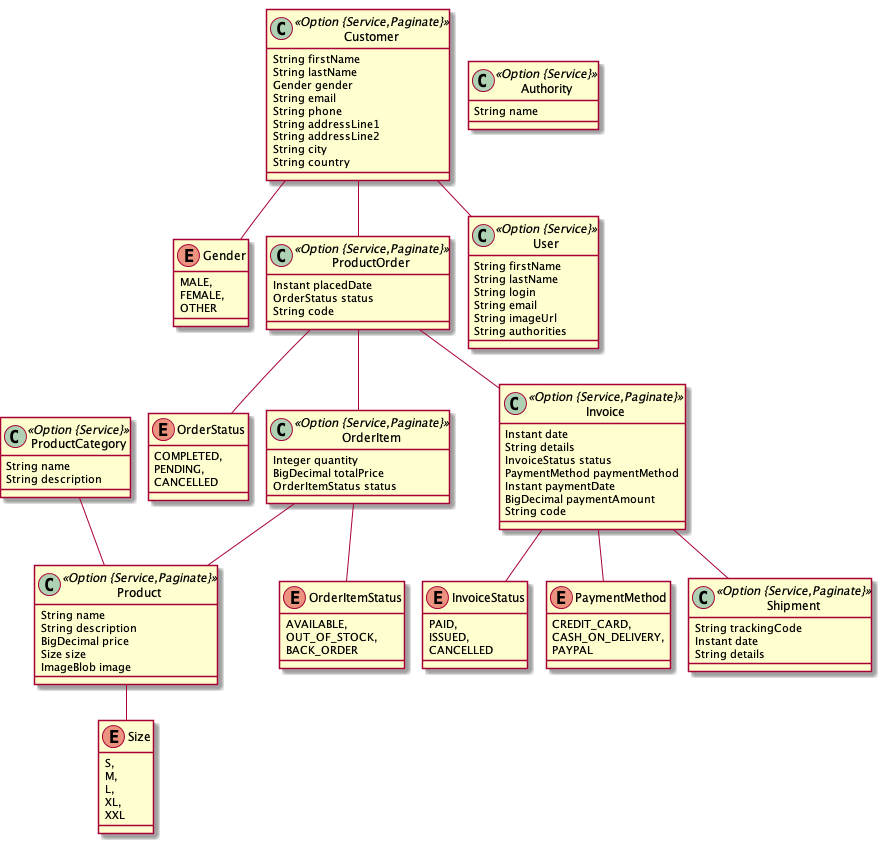
This is online-store.png from febryAMZ/online-store, a PlantUML export, as it was before one commit.
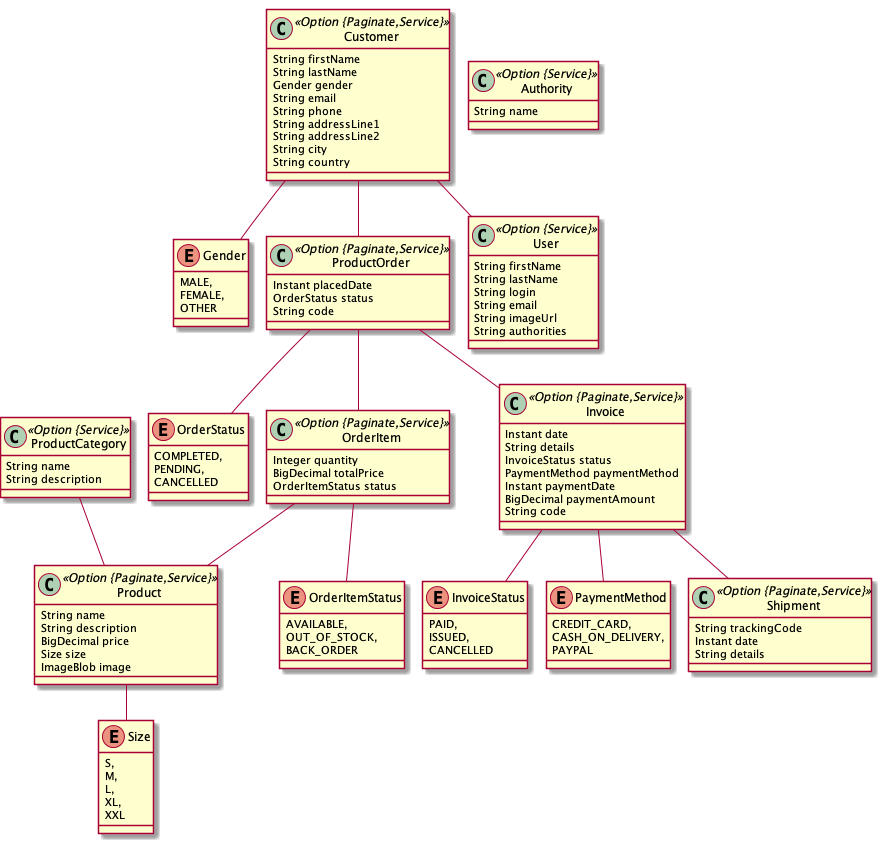
The same file after the commit.

What changed in the source:
```diff
@@ -1,7 +1,7 @@
 @startuml
 	!pragma graphviz_dot jdot
 	!pragma syntax class
-	class Product <<Option {Service,Paginate}>> {
+	class Product <<Option {Paginate,Service}>> {
 		String name
 		String description
 		BigDecimal price
@@ -20,7 +20,7 @@
 		String name
 		String description
 	}
-	class Customer <<Option {Service,Paginate}>> {
+	class Customer <<Option {Paginate,Service}>> {
 		String firstName
 		String lastName
 		Gender gender
@@ -37,7 +37,7 @@
 		FEMALE,
 		OTHER
 	}
-	class ProductOrder <<Option {Service,Paginate}>> {
+	class ProductOrder <<Option {Paginate,Service}>> {
 		Instant placedDate
 		OrderStatus status
 		String code
@@ -48,7 +48,7 @@
 		PENDING,
 		CANCELLED
 	}
-	class OrderItem <<Option {Service,Paginate}>> {
+	class OrderItem <<Option {Paginate,Service}>> {
 		Integer quantity
 		BigDecimal totalPrice
 		OrderItemStatus status
@@ -59,7 +59,7 @@
 		OUT_OF_STOCK,
 		BACK_ORDER
 	}
-	class Invoice <<Option {Service,Paginate}>> {
+	class Invoice <<Option {Paginate,Service}>> {
 		Instant date
 		String details
 		InvoiceStatus status
@@ -80,7 +80,7 @@
 		CASH_ON_DELIVERY,
 		PAYPAL
 	}
-	class Shipment <<Option {Service,Paginate}>> {
+	class Shipment <<Option {Paginate,Service}>> {
 		String trackingCode
 		Instant date
 		String details
```
